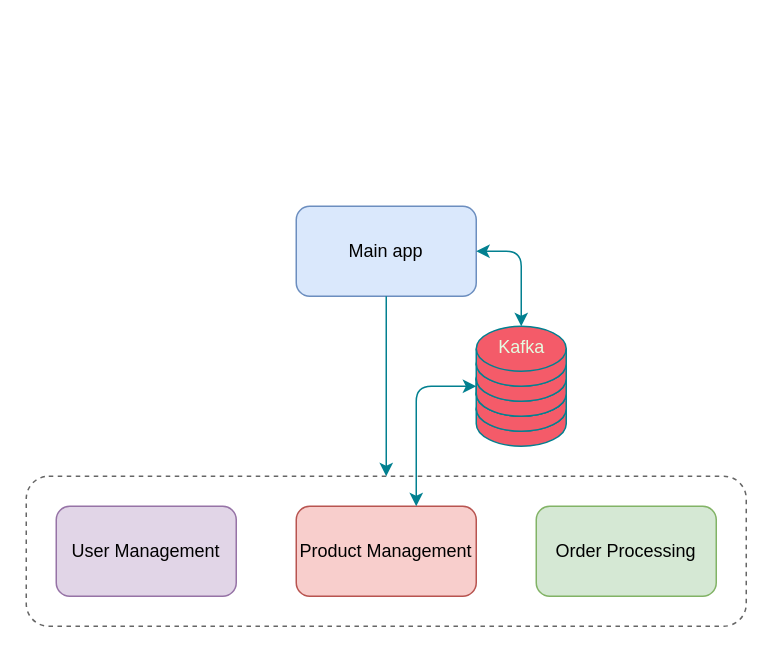
Before: docs/diagram.drawio in phmz/techclub-microservices, a draw.io diagram. Source tidied: cells renumbered, new cells numbered last; positions are measured from the earlier drawing's top-left corner, leaving out a move shared by most shapes. Both pictures are drawn from the tidied source at 150%, with x=0, y=0 at pixel (26, 206).
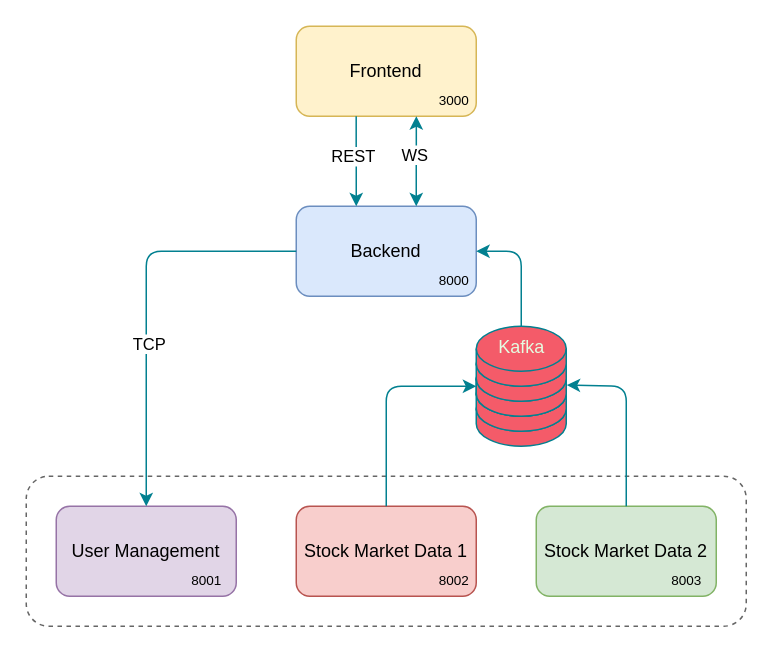
The same page after the edit.

Unchanged cells that the change refers to:
```xml
<mxCell id="3" value="User Management" style="rounded=1;whiteSpace=wrap;html=1;fillColor=#e1d5e7;strokeColor=#9673a6;" parent="1" vertex="1">
  <mxGeometry x="20" y="200" width="120" height="60" as="geometry" />
</mxCell>
<mxCell id="14" style="shape=cylinder3;whiteSpace=wrap;html=1;boundedLbl=1;backgroundOutline=1;size=15;rounded=0;sketch=0;fontColor=#E4FDE1;strokeColor=#028090;fillColor=#F45B69;" parent="1" vertex="1">
  <mxGeometry x="300" y="90" width="60" height="40" as="geometry" />
</mxCell>
<mxCell id="15" style="shape=cylinder3;whiteSpace=wrap;html=1;boundedLbl=1;backgroundOutline=1;size=15;rounded=0;sketch=0;fontColor=#E4FDE1;strokeColor=#028090;fillColor=#F45B69;" parent="1" vertex="1">
  <mxGeometry x="300" y="80" width="60" height="40" as="geometry" />
</mxCell>
```

Diff of the diagram source:
```diff
@@
+    <mxCell id="6" style="rounded=1;whiteSpace=wrap;html=1;fillColor=none;fontColor=#333333;strokeColor=#666666;textOpacity=60;dashed=1;" parent="1" vertex="1">
+      <mxGeometry y="180" width="480" height="100" as="geometry" />
+    </mxCell>
-    <mxCell id="2" value="Main app" style="rounded=1;whiteSpace=wrap;html=1;fillColor=#dae8fc;strokeColor=#6c8ebf;" parent="1" vertex="1">
+    <mxCell id="2" value="Backend" style="rounded=1;whiteSpace=wrap;html=1;fillColor=#dae8fc;strokeColor=#6c8ebf;" parent="1" vertex="1">
       <mxGeometry x="180" width="120" height="60" as="geometry" />
     </mxCell>
@@
-    <mxCell id="4" value="Product Management" style="rounded=1;whiteSpace=wrap;html=1;fillColor=#f8cecc;strokeColor=#b85450;" parent="1" vertex="1">
+    <mxCell id="4" value="Stock Market Data 1" style="rounded=1;whiteSpace=wrap;html=1;fillColor=#f8cecc;strokeColor=#b85450;" parent="1" vertex="1">
       <mxGeometry x="180" y="200" width="120" height="60" as="geometry" />
     </mxCell>
-    <mxCell id="5" value="Order Processing" style="rounded=1;whiteSpace=wrap;html=1;fillColor=#d5e8d4;strokeColor=#82b366;" parent="1" vertex="1">
+    <mxCell id="5" value="Stock Market Data 2" style="rounded=1;whiteSpace=wrap;html=1;fillColor=#d5e8d4;strokeColor=#82b366;" parent="1" vertex="1">
       <mxGeometry x="340" y="200" width="120" height="60" as="geometry" />
     </mxCell>
-    <mxCell id="6" style="rounded=1;whiteSpace=wrap;html=1;fillColor=none;fontColor=#333333;strokeColor=#666666;textOpacity=60;dashed=1;" parent="1" vertex="1">
-      <mxGeometry y="180" width="480" height="100" as="geometry" />
-    </mxCell>
@@
-    <mxCell id="10" style="endArrow=classic;html=1;rounded=1;sketch=0;fontColor=#E4FDE1;strokeColor=#028090;fillColor=#F45B69;curved=0;exitX=0.5;exitY=1;exitDx=0;exitDy=0;" parent="1" edge="1" source="2" target="6">
-      <mxGeometry relative="1" as="geometry" />
+    <mxCell id="10" style="endArrow=classic;html=1;rounded=1;sketch=0;fontColor=#E4FDE1;strokeColor=#028090;fillColor=#F45B69;curved=0;exitX=0;exitY=0.5;exitDx=0;exitDy=0;entryX=0.5;entryY=0;entryDx=0;entryDy=0;" parent="1" edge="1" source="2" target="3">
+      <mxGeometry relative="1" as="geometry">
+        <Array as="points">
+          <mxPoint x="80" y="30" />
+        </Array>
+      </mxGeometry>
     </mxCell>
+    <mxCell id="17" value="TCP" style="edgeLabel;html=1;align=center;verticalAlign=middle;" parent="10" vertex="1">
+      <mxGeometry x="0.19" y="1" relative="1" as="geometry" />
+    </mxCell>
-    <mxCell id="11" style="endArrow=classic;startArrow=classic;html=1;rounded=1;sketch=0;fontColor=#E4FDE1;strokeColor=#028090;fillColor=#F45B69;curved=0;entryX=0.5;entryY=0;entryDx=0;entryDy=0;entryPerimeter=0;" parent="1" edge="1" target="15">
+    <mxCell id="11" style="endArrow=none;startArrow=classic;html=1;rounded=1;sketch=0;fontColor=#E4FDE1;strokeColor=#028090;fillColor=#F45B69;curved=0;entryX=0.5;entryY=0;entryDx=0;entryDy=0;entryPerimeter=0;endFill=0;" parent="1" edge="1" target="15">
       <mxGeometry relative="1" as="geometry">
         <mxPoint x="300" y="30" as="sourcePoint" />
         <Array as="points">
           <mxPoint x="330" y="30" />
         </Array>
       </mxGeometry>
     </mxCell>
-    <mxCell id="12" style="endArrow=classic;startArrow=classic;html=1;rounded=1;sketch=0;fontColor=#E4FDE1;strokeColor=#028090;fillColor=#F45B69;curved=0;exitX=0;exitY=1;exitDx=0;exitDy=0;exitPerimeter=0;" parent="1" edge="1" source="15">
+    <mxCell id="12" style="endArrow=none;startArrow=classic;html=1;rounded=1;sketch=0;fontColor=#E4FDE1;strokeColor=#028090;fillColor=#F45B69;curved=0;exitX=0;exitY=1;exitDx=0;exitDy=0;exitPerimeter=0;entryX=0.5;entryY=0;entryDx=0;entryDy=0;endFill=0;" parent="1" edge="1" source="15" target="4">
       <mxGeometry relative="1" as="geometry">
-        <mxPoint x="260" y="200" as="targetPoint" />
         <Array as="points">
-          <mxPoint x="260" y="120" />
+          <mxPoint x="240" y="120" />
         </Array>
       </mxGeometry>
     </mxCell>
@@
+    <mxCell id="18" value="Frontend" style="rounded=1;whiteSpace=wrap;html=1;fillColor=#fff2cc;strokeColor=#d6b656;" parent="1" vertex="1">
+      <mxGeometry x="180" y="-120" width="120" height="60" as="geometry" />
+    </mxCell>
+    <mxCell id="19" style="endArrow=classic;html=1;rounded=1;sketch=0;fontColor=#E4FDE1;strokeColor=#028090;fillColor=#F45B69;curved=0;entryX=0.5;entryY=0;entryDx=0;entryDy=0;exitX=0.333;exitY=1;exitDx=0;exitDy=0;exitPerimeter=0;" parent="1" edge="1" source="18">
+      <mxGeometry relative="1" as="geometry">
+        <mxPoint x="220" as="targetPoint" />
+      </mxGeometry>
+    </mxCell>
+    <mxCell id="20" value="REST" style="edgeLabel;html=1;align=center;verticalAlign=middle;" parent="19" vertex="1">
+      <mxGeometry x="-0.15" y="-2" relative="1" as="geometry" />
+    </mxCell>
+    <mxCell id="21" style="endArrow=none;startArrow=classic;html=1;rounded=1;sketch=0;fontColor=#E4FDE1;strokeColor=#028090;fillColor=#F45B69;curved=0;entryX=0.5;entryY=0;entryDx=0;entryDy=0;exitX=1.005;exitY=0.73;exitDx=0;exitDy=0;exitPerimeter=0;endFill=0;" parent="1" edge="1" source="14" target="5">
+      <mxGeometry relative="1" as="geometry">
+        <Array as="points">
+          <mxPoint x="400" y="120" />
+        </Array>
+      </mxGeometry>
+    </mxCell>
+    <mxCell id="22" style="endArrow=classic;html=1;rounded=1;sketch=0;fontColor=#E4FDE1;strokeColor=#028090;fillColor=#F45B69;curved=0;exitX=0.667;exitY=1;exitDx=0;exitDy=0;entryX=0.5;entryY=0;entryDx=0;entryDy=0;startArrow=classic;startFill=1;exitPerimeter=0;" parent="1" edge="1" source="18">
+      <mxGeometry relative="1" as="geometry">
+        <mxPoint x="260" as="targetPoint" />
+      </mxGeometry>
+    </mxCell>
+    <mxCell id="23" value="WS" style="edgeLabel;html=1;align=center;verticalAlign=middle;" parent="22" vertex="1">
+      <mxGeometry x="-0.15" y="-2" relative="1" as="geometry" />
+    </mxCell>
+    <mxCell id="24" value="8000" style="text;html=1;align=center;verticalAlign=middle;strokeColor=none;fillColor=none;fontSize=9;" parent="1" vertex="1">
+      <mxGeometry x="265" y="40" width="40" height="20" as="geometry" />
+    </mxCell>
+    <mxCell id="25" value="3000" style="text;html=1;align=center;verticalAlign=middle;strokeColor=none;fillColor=none;fontSize=9;" parent="1" vertex="1">
+      <mxGeometry x="265" y="-80" width="40" height="20" as="geometry" />
+    </mxCell>
+    <mxCell id="26" value="8002" style="text;html=1;align=center;verticalAlign=middle;strokeColor=none;fillColor=none;fontSize=9;" parent="1" vertex="1">
+      <mxGeometry x="265" y="240" width="40" height="20" as="geometry" />
+    </mxCell>
+    <mxCell id="27" value="8001" style="text;html=1;align=center;verticalAlign=middle;strokeColor=none;fillColor=none;fontSize=9;" parent="1" vertex="1">
+      <mxGeometry x="100" y="240" width="40" height="20" as="geometry" />
+    </mxCell>
+    <mxCell id="28" value="8003" style="text;html=1;align=center;verticalAlign=middle;strokeColor=none;fillColor=none;fontSize=9;" parent="1" vertex="1">
+      <mxGeometry x="420" y="240" width="40" height="20" as="geometry" />
+    </mxCell>
```
